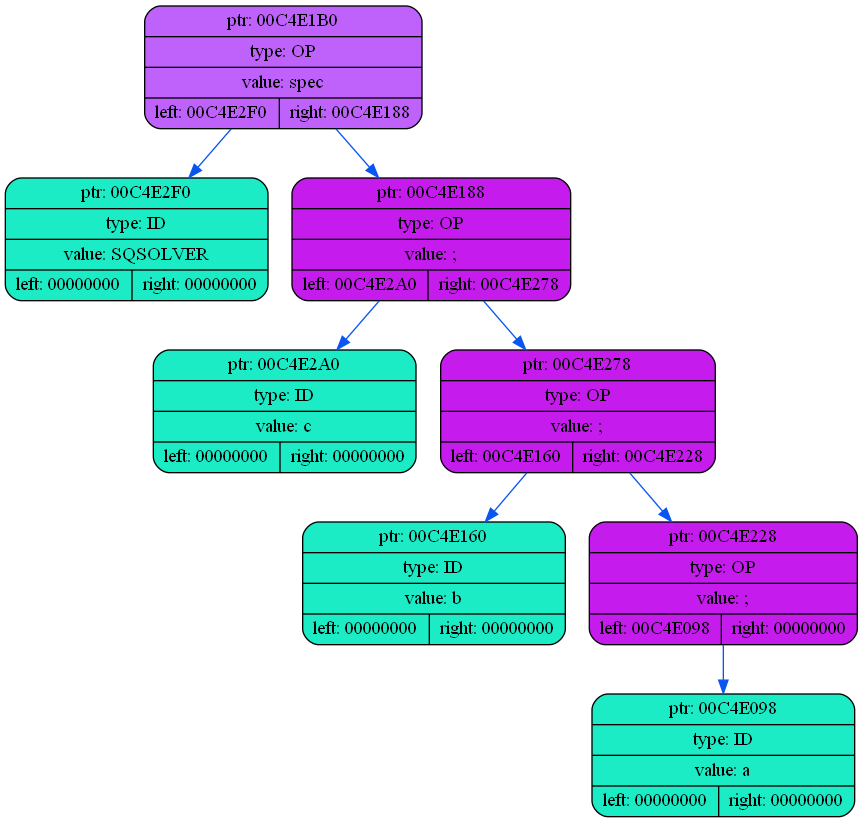
This is dump/dump2.png from coffee8cat/Elden-language, a Graphviz export, as it was before one commit. Its source is kept beside it as dump/dump2.dot.
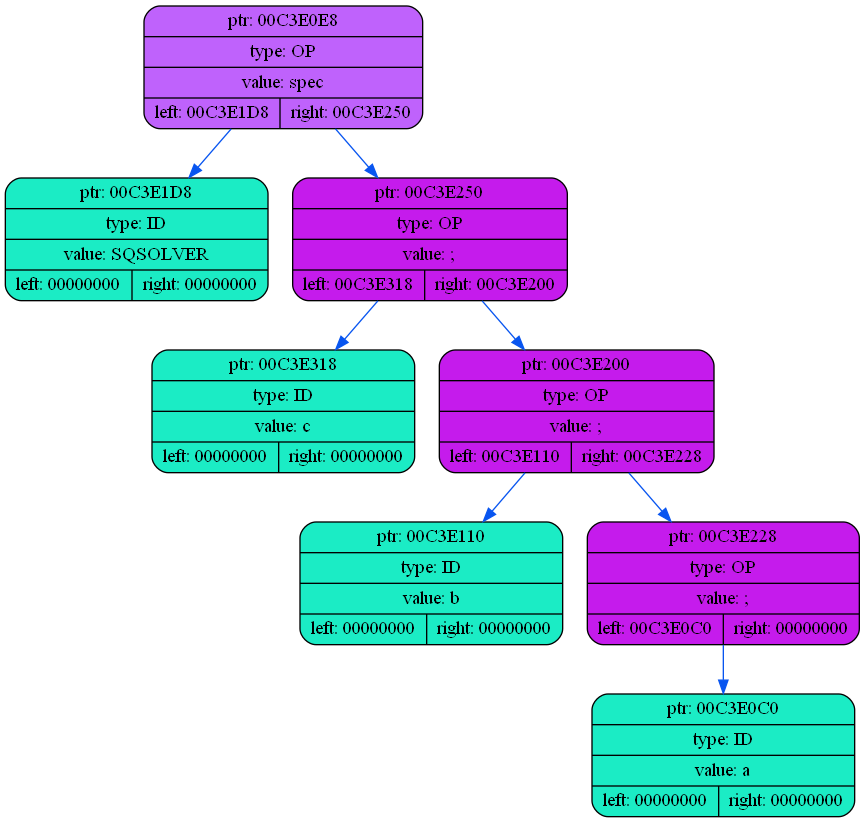
After the change.

Diff of the diagram source:
```diff
@@ -2,19 +2,19 @@
 {
     rankdir=TP
 
-        node00C4E1B0[shape=record,style="rounded,filled",fillcolor="#BF62FC",label="{ ptr: 00C4E1B0 | type: OP | value: spec| { left: 00C4E2F0 | right: 00C4E188 }}"];
-    node00C4E1B0 -> node00C4E2F0[color="#0855F0"]
-    node00C4E2F0[shape=record,style="rounded,filled",fillcolor="#1BECC5",label="{ ptr: 00C4E2F0 | type: ID | value: SQSOLVER| { left: 00000000 | right: 00000000 }}"];
-    node00C4E1B0 -> node00C4E188[color="#0855F0"]
-    node00C4E188[shape=record,style="rounded,filled",fillcolor="#C51BEC",label="{ ptr: 00C4E188 | type: OP | value: ;| { left: 00C4E2A0 | right: 00C4E278 }}"];
-    node00C4E188 -> node00C4E2A0[color="#0855F0"]
-    node00C4E2A0[shape=record,style="rounded,filled",fillcolor="#1BECC5",label="{ ptr: 00C4E2A0 | type: ID | value: c| { left: 00000000 | right: 00000000 }}"];
-    node00C4E188 -> node00C4E278[color="#0855F0"]
-    node00C4E278[shape=record,style="rounded,filled",fillcolor="#C51BEC",label="{ ptr: 00C4E278 | type: OP | value: ;| { left: 00C4E160 | right: 00C4E228 }}"];
-    node00C4E278 -> node00C4E160[color="#0855F0"]
-    node00C4E160[shape=record,style="rounded,filled",fillcolor="#1BECC5",label="{ ptr: 00C4E160 | type: ID | value: b| { left: 00000000 | right: 00000000 }}"];
-    node00C4E278 -> node00C4E228[color="#0855F0"]
-    node00C4E228[shape=record,style="rounded,filled",fillcolor="#C51BEC",label="{ ptr: 00C4E228 | type: OP | value: ;| { left: 00C4E098 | right: 00000000 }}"];
-    node00C4E228 -> node00C4E098[color="#0855F0"]
-    node00C4E098[shape=record,style="rounded,filled",fillcolor="#1BECC5",label="{ ptr: 00C4E098 | type: ID | value: a| { left: 00000000 | right: 00000000 }}"];
+        node00C3E0E8[shape=record,style="rounded,filled",fillcolor="#BF62FC",label="{ ptr: 00C3E0E8 | type: OP | value: spec| { left: 00C3E1D8 | right: 00C3E250 }}"];
+    node00C3E0E8 -> node00C3E1D8[color="#0855F0"]
+    node00C3E1D8[shape=record,style="rounded,filled",fillcolor="#1BECC5",label="{ ptr: 00C3E1D8 | type: ID | value: SQSOLVER| { left: 00000000 | right: 00000000 }}"];
+    node00C3E0E8 -> node00C3E250[color="#0855F0"]
+    node00C3E250[shape=record,style="rounded,filled",fillcolor="#C51BEC",label="{ ptr: 00C3E250 | type: OP | value: ;| { left: 00C3E318 | right: 00C3E200 }}"];
+    node00C3E250 -> node00C3E318[color="#0855F0"]
+    node00C3E318[shape=record,style="rounded,filled",fillcolor="#1BECC5",label="{ ptr: 00C3E318 | type: ID | value: c| { left: 00000000 | right: 00000000 }}"];
+    node00C3E250 -> node00C3E200[color="#0855F0"]
+    node00C3E200[shape=record,style="rounded,filled",fillcolor="#C51BEC",label="{ ptr: 00C3E200 | type: OP | value: ;| { left: 00C3E110 | right: 00C3E228 }}"];
+    node00C3E200 -> node00C3E110[color="#0855F0"]
+    node00C3E110[shape=record,style="rounded,filled",fillcolor="#1BECC5",label="{ ptr: 00C3E110 | type: ID | value: b| { left: 00000000 | right: 00000000 }}"];
+    node00C3E200 -> node00C3E228[color="#0855F0"]
+    node00C3E228[shape=record,style="rounded,filled",fillcolor="#C51BEC",label="{ ptr: 00C3E228 | type: OP | value: ;| { left: 00C3E0C0 | right: 00000000 }}"];
+    node00C3E228 -> node00C3E0C0[color="#0855F0"]
+    node00C3E0C0[shape=record,style="rounded,filled",fillcolor="#1BECC5",label="{ ptr: 00C3E0C0 | type: ID | value: a| { left: 00000000 | right: 00000000 }}"];
 }
```
